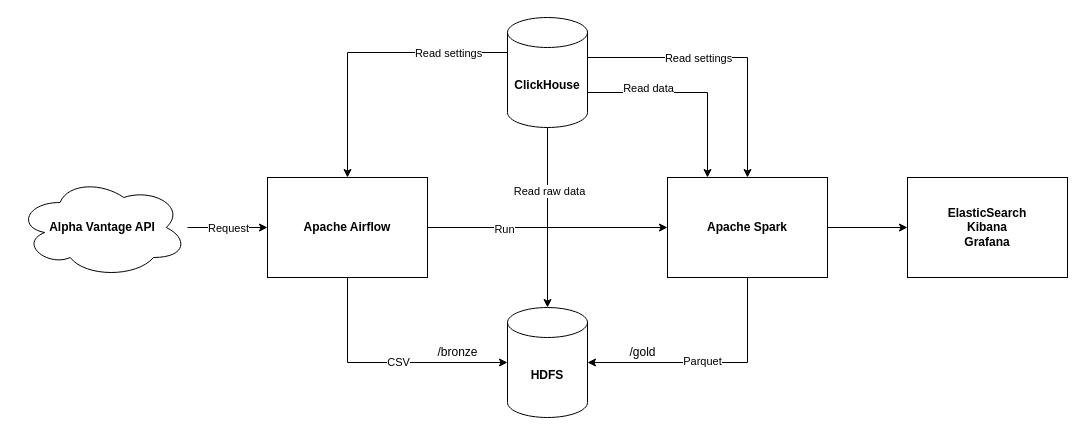
The draw.io diagram docs/diagram.drawio in data-engineer-course/stocash, before the edit. Source tidied: cells renumbered, new cells numbered last; positions are measured from the earlier drawing's top-left corner, leaving out a move shared by most shapes. Both pictures are drawn from the tidied source at 100%, with x=0, y=0 at pixel (17, 17).
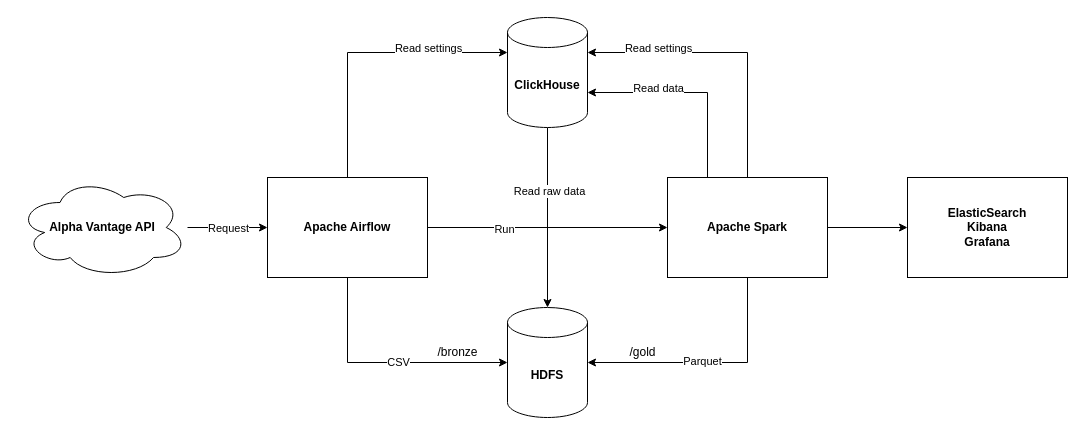
The same diagram, later.

Unchanged cells that the change refers to:
```xml
<mxCell id="9" value="ClickHouse" style="shape=cylinder3;whiteSpace=wrap;html=1;boundedLbl=1;backgroundOutline=1;size=15;fontStyle=1;" parent="1" vertex="1">
  <mxGeometry x="490" width="80" height="110" as="geometry" />
</mxCell>
<mxCell id="14" value="Apache Airflow" style="rounded=0;whiteSpace=wrap;html=1;fontStyle=1;" parent="1" vertex="1">
  <mxGeometry x="250" y="160" width="160" height="100" as="geometry" />
</mxCell>
<mxCell id="18" value="Apache Spark" style="rounded=0;whiteSpace=wrap;html=1;fontStyle=1;" parent="1" vertex="1">
  <mxGeometry x="650" y="160" width="160" height="100" as="geometry" />
</mxCell>
```

Diff of the diagram source:
```diff
@@
-    <mxCell id="2" style="edgeStyle=orthogonalEdgeStyle;rounded=0;jettySize=auto;html=1;exitX=1;exitY=0;exitDx=0;exitDy=75;exitPerimeter=0;" parent="1" edge="1" source="9" target="18">
+    <mxCell id="2" style="edgeStyle=orthogonalEdgeStyle;rounded=0;jettySize=auto;html=1;entryX=1;entryY=0;entryDx=0;entryDy=75;entryPerimeter=0;" parent="1" edge="1" source="18" target="9">
       <mxGeometry relative="1" as="geometry">
         <Array as="points">
           <mxPoint x="690" y="75" />
         </Array>
       </mxGeometry>
     </mxCell>
     <mxCell id="3" value="Read data" style="edgeLabel;html=1;align=center;verticalAlign=middle;" parent="2" vertex="1">
       <mxGeometry x="-0.81" y="-2" relative="1" as="geometry">
-        <mxPoint x="41" y="-7" as="offset" />
+        <mxPoint x="-52" y="-71" as="offset" />
       </mxGeometry>
     </mxCell>
-    <mxCell id="4" style="edgeStyle=orthogonalEdgeStyle;rounded=0;jettySize=auto;html=1;exitX=0;exitY=0;exitDx=0;exitDy=35;exitPerimeter=0;" parent="1" edge="1" source="9" target="14">
-      <mxGeometry relative="1" as="geometry">
-        <Array as="points">
-          <mxPoint x="330" y="35" />
-        </Array>
-      </mxGeometry>
-    </mxCell>
-    <mxCell id="5" value="Read settings" style="edgeLabel;html=1;align=center;verticalAlign=middle;" parent="4" vertex="1">
-      <mxGeometry x="-0.39" y="2" relative="1" as="geometry">
-        <mxPoint x="27" y="-2" as="offset" />
-      </mxGeometry>
-    </mxCell>
-    <mxCell id="6" style="edgeStyle=orthogonalEdgeStyle;rounded=0;jettySize=auto;html=1;entryX=0.5;entryY=0;entryDx=0;entryDy=0;" parent="1" edge="1" source="9" target="18">
-      <mxGeometry relative="1" as="geometry">
-        <Array as="points">
-          <mxPoint x="730" y="40" />
-        </Array>
-      </mxGeometry>
-    </mxCell>
@@
+    <mxCell id="27" style="edgeStyle=orthogonalEdgeStyle;rounded=0;jettySize=auto;html=1;entryX=0;entryY=0;entryDx=0;entryDy=35;entryPerimeter=0;" parent="1" edge="1" source="14" target="9">
+      <mxGeometry relative="1" as="geometry">
+        <Array as="points">
+          <mxPoint x="330" y="35" />
+        </Array>
+      </mxGeometry>
+    </mxCell>
@@
+    <mxCell id="28" style="edgeStyle=orthogonalEdgeStyle;rounded=0;jettySize=auto;html=1;entryX=1;entryY=0;entryDx=0;entryDy=35;entryPerimeter=0;" parent="1" edge="1" source="18" target="9">
+      <mxGeometry relative="1" as="geometry">
+        <Array as="points">
+          <mxPoint x="730" y="35" />
+        </Array>
+      </mxGeometry>
+    </mxCell>
@@
     <mxCell id="23" value="Read settings" style="edgeLabel;html=1;align=center;verticalAlign=middle;" parent="1" vertex="1">
-      <mxGeometry x="680" y="40" as="geometry" />
+      <mxGeometry x="640" y="30" as="geometry" />
     </mxCell>
@@
+    <mxCell id="5" value="Read settings" style="edgeLabel;html=1;align=center;verticalAlign=middle;" parent="1" vertex="1">
+      <mxGeometry x="410" y="30" as="geometry" />
+    </mxCell>
```
